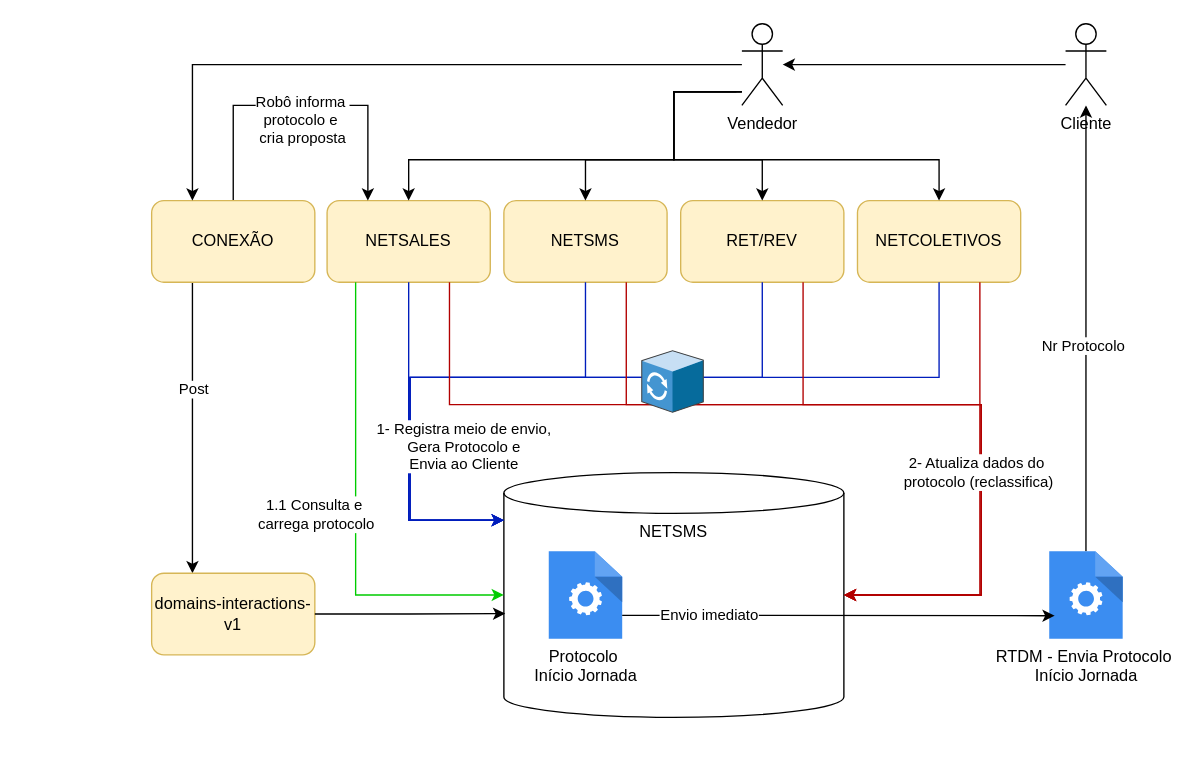
Earlier version of the draw.io diagram page "v4" (4 of 4) of 120276 /123559 - RGC765 (Atendimento) - Geração de Protocolo em Canais de Vendas.drawio (samirali/ClaroBrasil). Source tidied: cells renumbered, new cells numbered last; positions are measured from the earlier drawing's top-left corner, leaving out a move shared by most shapes. Both pictures are drawn from the tidied source at 136%, with x=0, y=0 at pixel (151, 23).
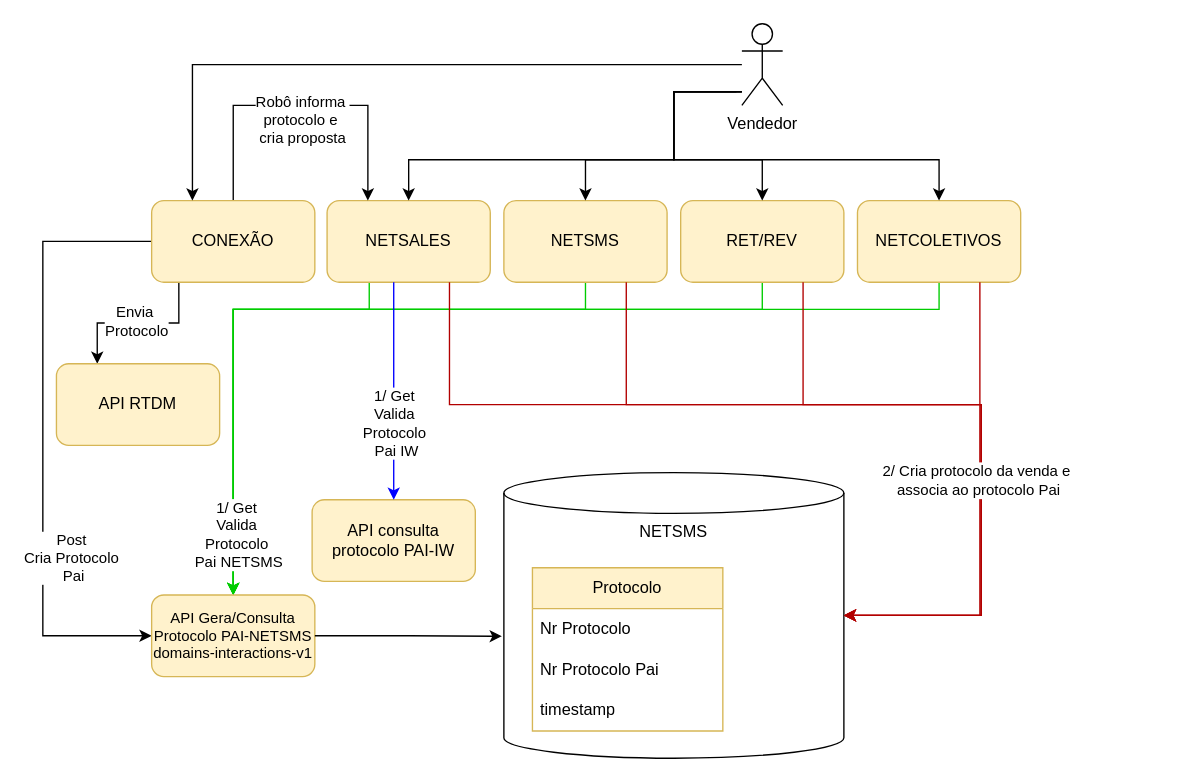
The same diagram, later.

The change refers to these unchanged cells:
```xml
<mxCell id="2" value="NETSALES" style="rounded=1;whiteSpace=wrap;html=1;fillColor=#fff2cc;strokeColor=#d6b656;" parent="1" vertex="1">
  <mxGeometry x="129" y="130" width="120" height="60" as="geometry" />
</mxCell>
<mxCell id="3" value="NETSMS" style="rounded=1;whiteSpace=wrap;html=1;fillColor=#fff2cc;strokeColor=#d6b656;" parent="1" vertex="1">
  <mxGeometry x="259" y="130" width="120" height="60" as="geometry" />
</mxCell>
<mxCell id="4" value="RET/REV" style="rounded=1;whiteSpace=wrap;html=1;fillColor=#fff2cc;strokeColor=#d6b656;" parent="1" vertex="1">
  <mxGeometry x="389" y="130" width="120" height="60" as="geometry" />
</mxCell>
<mxCell id="5" value="NETCOLETIVOS" style="rounded=1;whiteSpace=wrap;html=1;fillColor=#fff2cc;strokeColor=#d6b656;" parent="1" vertex="1">
  <mxGeometry x="519" y="130" width="120" height="60" as="geometry" />
</mxCell>
<mxCell id="10" value="Vendedor" style="shape=umlActor;html=1;verticalLabelPosition=bottom;verticalAlign=top;align=center;" parent="1" vertex="1">
  <mxGeometry x="434" width="30" height="60" as="geometry" />
</mxCell>
<mxCell id="19" style="edgeStyle=orthogonalEdgeStyle;rounded=0;jettySize=auto;html=1;entryX=1;entryY=0.5;entryDx=0;entryDy=0;entryPerimeter=0;exitX=0.75;exitY=1;exitDx=0;exitDy=0;fillColor=#e51400;strokeColor=#B20000;" parent="1" edge="1" source="5" target="11">
  <mxGeometry relative="1" as="geometry" />
</mxCell>
<mxCell id="25" value="CONEXÃO" style="rounded=1;whiteSpace=wrap;html=1;fillColor=#fff2cc;strokeColor=#d6b656;" parent="1" vertex="1">
  <mxGeometry y="130" width="120" height="60" as="geometry" />
</mxCell>
```

Change to the diagram source:
```diff
@@
+    <mxCell id="41" style="edgeStyle=orthogonalEdgeStyle;rounded=0;jettySize=auto;html=1;entryX=0.5;entryY=0;entryDx=0;entryDy=0;strokeColor=#00CC00;" parent="1" edge="1" source="2" target="27">
+      <mxGeometry relative="1" as="geometry">
+        <Array as="points">
+          <mxPoint x="160" y="210" />
+          <mxPoint x="60" y="210" />
+        </Array>
+      </mxGeometry>
+    </mxCell>
@@
+    <mxCell id="42" style="edgeStyle=orthogonalEdgeStyle;rounded=0;jettySize=auto;html=1;entryX=0.5;entryY=0;entryDx=0;entryDy=0;strokeColor=#00CC00;" parent="1" edge="1" source="3" target="27">
+      <mxGeometry relative="1" as="geometry">
+        <Array as="points">
+          <mxPoint x="319" y="210" />
+          <mxPoint x="60" y="210" />
+        </Array>
+      </mxGeometry>
+    </mxCell>
@@
+    <mxCell id="43" style="edgeStyle=orthogonalEdgeStyle;rounded=0;jettySize=auto;html=1;strokeColor=#00CC00;" parent="1" edge="1" source="4" target="27">
+      <mxGeometry relative="1" as="geometry">
+        <Array as="points">
+          <mxPoint x="449" y="210" />
+          <mxPoint x="60" y="210" />
+        </Array>
+      </mxGeometry>
+    </mxCell>
@@
+    <mxCell id="44" style="edgeStyle=orthogonalEdgeStyle;rounded=0;jettySize=auto;html=1;strokeColor=#00CC00;" parent="1" edge="1" source="5" target="27">
+      <mxGeometry relative="1" as="geometry">
+        <Array as="points">
+          <mxPoint x="579" y="210" />
+          <mxPoint x="60" y="210" />
+        </Array>
+      </mxGeometry>
+    </mxCell>
@@
     <mxCell id="11" value="NETSMS" style="shape=cylinder3;whiteSpace=wrap;html=1;boundedLbl=1;backgroundOutline=1;size=15;verticalAlign=top;" parent="1" vertex="1">
-      <mxGeometry x="259" y="330" width="250" height="180" as="geometry" />
+      <mxGeometry x="259" y="330" width="250" height="210" as="geometry" />
     </mxCell>
-    <mxCell id="12" style="edgeStyle=orthogonalEdgeStyle;rounded=0;jettySize=auto;html=1;entryX=0;entryY=0;entryDx=0;entryDy=35;entryPerimeter=0;fillColor=#0050ef;strokeColor=#001DBC;" parent="1" edge="1" source="2" target="11">
-      <mxGeometry relative="1" as="geometry">
-        <Array as="points">
-          <mxPoint x="189" y="365" />
-        </Array>
-      </mxGeometry>
-    </mxCell>
-    <mxCell id="13" style="edgeStyle=orthogonalEdgeStyle;rounded=0;jettySize=auto;html=1;entryX=0;entryY=0;entryDx=0;entryDy=35;entryPerimeter=0;fillColor=#0050ef;strokeColor=#001DBC;" parent="1" edge="1" source="3" target="11">
-      <mxGeometry relative="1" as="geometry">
-        <Array as="points">
-          <mxPoint x="319" y="260" />
-          <mxPoint x="190" y="260" />
-          <mxPoint x="190" y="365" />
-        </Array>
-      </mxGeometry>
-    </mxCell>
-    <mxCell id="14" style="edgeStyle=orthogonalEdgeStyle;rounded=0;jettySize=auto;html=1;entryX=0;entryY=0;entryDx=0;entryDy=35;entryPerimeter=0;fillColor=#0050ef;strokeColor=#001DBC;" parent="1" edge="1" source="4" target="11">
-      <mxGeometry relative="1" as="geometry">
-        <Array as="points">
-          <mxPoint x="449" y="260" />
-          <mxPoint x="190" y="260" />
-          <mxPoint x="190" y="365" />
-        </Array>
-      </mxGeometry>
-    </mxCell>
-    <mxCell id="15" style="edgeStyle=orthogonalEdgeStyle;rounded=0;jettySize=auto;html=1;entryX=0;entryY=0;entryDx=0;entryDy=35;entryPerimeter=0;fillColor=#0050ef;strokeColor=#001DBC;" parent="1" edge="1" source="5" target="11">
-      <mxGeometry relative="1" as="geometry">
-        <Array as="points">
-          <mxPoint x="579" y="260" />
-          <mxPoint x="190" y="260" />
-          <mxPoint x="190" y="365" />
-        </Array>
-      </mxGeometry>
-    </mxCell>
     <mxCell id="16" style="edgeStyle=orthogonalEdgeStyle;rounded=0;jettySize=auto;html=1;entryX=1;entryY=0.5;entryDx=0;entryDy=0;entryPerimeter=0;exitX=0.75;exitY=1;exitDx=0;exitDy=0;fillColor=#e51400;strokeColor=#B20000;" parent="1" edge="1" source="2" target="11">
       <mxGeometry relative="1" as="geometry">
         <Array as="points">
           <mxPoint x="219" y="280" />
           <mxPoint x="610" y="280" />
-          <mxPoint x="610" y="420" />
+          <mxPoint x="610" y="435" />
         </Array>
       </mxGeometry>
     </mxCell>
     <mxCell id="17" style="edgeStyle=orthogonalEdgeStyle;rounded=0;jettySize=auto;html=1;entryX=1;entryY=0.5;entryDx=0;entryDy=0;entryPerimeter=0;exitX=0.75;exitY=1;exitDx=0;exitDy=0;fillColor=#e51400;strokeColor=#B20000;" parent="1" edge="1" source="3" target="11">
       <mxGeometry relative="1" as="geometry">
         <Array as="points">
           <mxPoint x="349" y="280" />
           <mxPoint x="610" y="280" />
-          <mxPoint x="610" y="420" />
+          <mxPoint x="610" y="435" />
         </Array>
       </mxGeometry>
     </mxCell>
     <mxCell id="18" style="edgeStyle=orthogonalEdgeStyle;rounded=0;jettySize=auto;html=1;entryX=1;entryY=0.5;entryDx=0;entryDy=0;entryPerimeter=0;exitX=0.75;exitY=1;exitDx=0;exitDy=0;fillColor=#e51400;strokeColor=#B20000;" parent="1" edge="1" source="4" target="11">
       <mxGeometry relative="1" as="geometry">
         <Array as="points">
           <mxPoint x="479" y="280" />
           <mxPoint x="610" y="280" />
-          <mxPoint x="610" y="420" />
+          <mxPoint x="610" y="435" />
         </Array>
       </mxGeometry>
     </mxCell>
@@
-    <mxCell id="20" value="2- Atualiza dados do&amp;nbsp;&lt;div&gt;protocolo (reclassifica)&lt;/div&gt;" style="edgeLabel;html=1;align=center;verticalAlign=middle;" parent="19" vertex="1">
+    <mxCell id="20" value="2/ Cria protocolo da venda e&amp;nbsp;&lt;div&gt;associa ao protocolo Pai&lt;/div&gt;" style="edgeLabel;html=1;align=center;verticalAlign=middle;" parent="19" vertex="1">
       <mxGeometry x="-0.16" y="-2" relative="1" as="geometry" />
     </mxCell>
@@
-    <mxCell id="23" style="edgeStyle=orthogonalEdgeStyle;rounded=0;jettySize=auto;html=1;exitX=0.25;exitY=1;exitDx=0;exitDy=0;entryX=0.25;entryY=0;entryDx=0;entryDy=0;" parent="1" edge="1" source="25" target="27">
-      <mxGeometry relative="1" as="geometry" />
+    <mxCell id="23" style="edgeStyle=orthogonalEdgeStyle;rounded=0;jettySize=auto;html=1;exitX=0;exitY=0.5;exitDx=0;exitDy=0;entryX=0;entryY=0.5;entryDx=0;entryDy=0;" parent="1" edge="1" source="25" target="27">
+      <mxGeometry relative="1" as="geometry">
+        <Array as="points">
+          <mxPoint x="-80" y="160" />
+          <mxPoint x="-80" y="450" />
+        </Array>
+      </mxGeometry>
     </mxCell>
-    <mxCell id="24" value="Post" style="edgeLabel;html=1;align=center;verticalAlign=middle;" parent="23" vertex="1">
-      <mxGeometry x="-0.27" relative="1" as="geometry" />
+    <mxCell id="24" value="Post&lt;div&gt;Cria Protocolo&lt;/div&gt;&lt;div&gt;&amp;nbsp;Pai&lt;/div&gt;" style="edgeLabel;html=1;align=center;verticalAlign=middle;" parent="23" vertex="1">
+      <mxGeometry x="-0.27" relative="1" as="geometry">
+        <mxPoint x="20" y="148" as="offset" />
+      </mxGeometry>
     </mxCell>
+    <mxCell id="45" style="edgeStyle=orthogonalEdgeStyle;rounded=0;jettySize=auto;html=1;entryX=0.25;entryY=0;entryDx=0;entryDy=0;" parent="1" edge="1" source="25" target="54">
+      <mxGeometry relative="1" as="geometry">
+        <Array as="points">
+          <mxPoint x="20" y="220" />
+          <mxPoint x="-40" y="220" />
+        </Array>
+      </mxGeometry>
+    </mxCell>
+    <mxCell id="46" value="Envia&amp;nbsp;&lt;div&gt;Protocolo&lt;/div&gt;" style="edgeLabel;html=1;align=center;verticalAlign=middle;" parent="45" vertex="1">
+      <mxGeometry x="0.2" y="-2" relative="1" as="geometry">
+        <mxPoint x="10" as="offset" />
+      </mxGeometry>
+    </mxCell>
@@
-    <mxCell id="27" value="domains-interactions-v1" style="rounded=1;whiteSpace=wrap;html=1;fillColor=#fff2cc;strokeColor=#d6b656;" parent="1" vertex="1">
-      <mxGeometry y="404" width="120" height="60" as="geometry" />
+    <mxCell id="27" value="API Gera/Consulta Protocolo PAI-NETSMS&lt;div&gt;domains-interactions-v1&lt;/div&gt;" style="rounded=1;whiteSpace=wrap;html=1;fillColor=#fff2cc;strokeColor=#d6b656;fontSize=11;" parent="1" vertex="1">
+      <mxGeometry y="420" width="120" height="60" as="geometry" />
     </mxCell>
+    <mxCell id="47" value="Protocolo" style="swimlane;fontStyle=0;horizontal=1;startSize=30;whiteSpace=wrap;html=1;fillColor=#fff2cc;strokeColor=#d6b656;" parent="1" vertex="1">
+      <mxGeometry x="280" y="400" width="140" height="120" as="geometry" />
+    </mxCell>
+    <mxCell id="34" value="Nr Protocolo" style="text;strokeColor=none;fillColor=none;align=left;verticalAlign=middle;spacingLeft=4;spacingRight=4;overflow=hidden;whiteSpace=wrap;html=1;" parent="47" vertex="1">
+      <mxGeometry y="30" width="140" height="30" as="geometry" />
+    </mxCell>
+    <mxCell id="48" value="Nr Protocolo Pai" style="text;strokeColor=none;fillColor=none;align=left;verticalAlign=middle;spacingLeft=4;spacingRight=4;overflow=hidden;whiteSpace=wrap;html=1;" parent="47" vertex="1">
+      <mxGeometry y="60" width="140" height="30" as="geometry" />
+    </mxCell>
+    <mxCell id="49" value="timestamp" style="text;strokeColor=none;fillColor=none;align=left;verticalAlign=middle;spacingLeft=4;spacingRight=4;overflow=hidden;whiteSpace=wrap;html=1;" parent="47" vertex="1">
+      <mxGeometry y="90" width="140" height="30" as="geometry" />
+    </mxCell>
-    <mxCell id="28" style="edgeStyle=orthogonalEdgeStyle;rounded=0;jettySize=auto;html=1;entryX=0.004;entryY=0.576;entryDx=0;entryDy=0;entryPerimeter=0;" parent="1" edge="1" source="27" target="11">
+    <mxCell id="28" style="edgeStyle=orthogonalEdgeStyle;rounded=0;jettySize=auto;html=1;entryX=-0.006;entryY=0.573;entryDx=0;entryDy=0;entryPerimeter=0;" parent="1" edge="1" source="27" target="11">
       <mxGeometry relative="1" as="geometry" />
     </mxCell>
-    <mxCell id="29" value="1- Registra meio de envio,&amp;nbsp;&lt;div&gt;Gera Protocolo e&amp;nbsp;&lt;/div&gt;&lt;div&gt;Envia ao Cliente&lt;span style=&quot;background-color: light-dark(#ffffff, var(--ge-dark-color, #121212)); color: light-dark(rgb(0, 0, 0), rgb(255, 255, 255));&quot;&gt;&amp;nbsp;&lt;/span&gt;&lt;/div&gt;" style="edgeLabel;html=1;align=center;verticalAlign=middle;" parent="1" vertex="1">
-      <mxGeometry x="230" y="310" as="geometry" />
-    </mxCell>
-    <mxCell id="30" style="edgeStyle=orthogonalEdgeStyle;rounded=0;jettySize=auto;html=1;entryX=0;entryY=0.5;entryDx=0;entryDy=0;entryPerimeter=0;strokeColor=#00CC00;" parent="1" edge="1" source="2" target="11">
-      <mxGeometry relative="1" as="geometry">
-        <Array as="points">
-          <mxPoint x="150" y="420" />
-        </Array>
-      </mxGeometry>
-    </mxCell>
-    <mxCell id="31" value="1.1 Consulta e&amp;nbsp;&lt;div&gt;carrega protocolo&lt;/div&gt;" style="edgeLabel;html=1;align=center;verticalAlign=middle;" parent="30" vertex="1">
-      <mxGeometry x="-0.58" y="2" relative="1" as="geometry">
-        <mxPoint x="-32" y="99" as="offset" />
-      </mxGeometry>
-    </mxCell>
-    <mxCell id="32" value="Protocolo&amp;nbsp;&lt;div&gt;Início Jornada&lt;/div&gt;" style="sketch=0;html=1;strokeColor=none;shadow=0;fillColor=#3B8DF1;verticalAlign=top;labelPosition=center;verticalLabelPosition=bottom;shape=mxgraph.gcp2.process;" parent="1" vertex="1">
-      <mxGeometry x="292" y="387.9" width="54" height="64.3" as="geometry" />
-    </mxCell>
-    <mxCell id="33" style="edgeStyle=orthogonalEdgeStyle;rounded=0;jettySize=auto;html=1;" parent="1" edge="1" source="35" target="40">
-      <mxGeometry relative="1" as="geometry" />
-    </mxCell>
-    <mxCell id="34" value="Nr Protocolo" style="edgeLabel;html=1;align=center;verticalAlign=middle;" parent="33" vertex="1">
-      <mxGeometry x="-0.08" y="3" relative="1" as="geometry" />
-    </mxCell>
-    <mxCell id="35" value="RTDM - Envia Protocolo&amp;nbsp;&lt;div&gt;Início Jornada&lt;/div&gt;" style="sketch=0;html=1;strokeColor=none;shadow=0;fillColor=#3B8DF1;verticalAlign=top;labelPosition=center;verticalLabelPosition=bottom;shape=mxgraph.gcp2.process;" parent="1" vertex="1">
-      <mxGeometry x="660" y="387.9" width="54" height="64.3" as="geometry" />
-    </mxCell>
-    <mxCell id="36" style="edgeStyle=orthogonalEdgeStyle;rounded=0;jettySize=auto;html=1;entryX=0.074;entryY=0.736;entryDx=0;entryDy=0;entryPerimeter=0;" parent="1" edge="1" source="32" target="35">
-      <mxGeometry relative="1" as="geometry">
-        <Array as="points">
-          <mxPoint x="420" y="435" />
-          <mxPoint x="420" y="435" />
-        </Array>
-      </mxGeometry>
-    </mxCell>
-    <mxCell id="37" value="Envio imediato" style="edgeLabel;html=1;align=center;verticalAlign=middle;" parent="36" vertex="1">
-      <mxGeometry x="0.28" y="-1" relative="1" as="geometry">
-        <mxPoint x="-140" y="-2" as="offset" />
-      </mxGeometry>
-    </mxCell>
-    <mxCell id="38" style="shadow=0;dashed=0;html=1;labelPosition=center;verticalLabelPosition=bottom;verticalAlign=top;align=center;shape=mxgraph.veeam.3d.proxy;" parent="1" vertex="1">
-      <mxGeometry x="360" y="240" width="46" height="46" as="geometry" />
-    </mxCell>
-    <mxCell id="39" style="edgeStyle=orthogonalEdgeStyle;rounded=0;jettySize=auto;html=1;" parent="1" edge="1" source="40" target="10">
-      <mxGeometry relative="1" as="geometry" />
-    </mxCell>
-    <mxCell id="40" value="Cliente" style="shape=umlActor;html=1;verticalLabelPosition=bottom;verticalAlign=top;align=center;" parent="1" vertex="1">
-      <mxGeometry x="672" width="30" height="60" as="geometry" />
-    </mxCell>
+    <mxCell id="50" value="API consulta protocolo PAI-IW" style="rounded=1;whiteSpace=wrap;html=1;fillColor=#fff2cc;strokeColor=#d6b656;" parent="1" vertex="1">
+      <mxGeometry x="118" y="350" width="120" height="60" as="geometry" />
+    </mxCell>
+    <mxCell id="51" style="edgeStyle=orthogonalEdgeStyle;rounded=0;jettySize=auto;html=1;strokeColor=#0000FF;" parent="1" edge="1" source="2" target="50">
+      <mxGeometry relative="1" as="geometry">
+        <Array as="points">
+          <mxPoint x="178" y="230" />
+          <mxPoint x="178" y="230" />
+        </Array>
+      </mxGeometry>
+    </mxCell>
+    <mxCell id="52" value="1/ Get&amp;nbsp;&lt;div&gt;Valida&amp;nbsp;&lt;/div&gt;&lt;div&gt;Protocolo&amp;nbsp;&lt;/div&gt;&lt;div&gt;Pai IW&lt;/div&gt;" style="edgeLabel;html=1;align=center;verticalAlign=middle;" parent="51" vertex="1">
+      <mxGeometry x="0.29" y="1" relative="1" as="geometry" />
+    </mxCell>
+    <mxCell id="53" value="1/ Get&amp;nbsp;&lt;div&gt;Valida&amp;nbsp;&lt;/div&gt;&lt;div&gt;Protocolo&amp;nbsp;&lt;/div&gt;&lt;div&gt;Pai NETSMS&lt;/div&gt;" style="edgeLabel;html=1;align=center;verticalAlign=middle;" parent="1" vertex="1">
+      <mxGeometry x="150" y="400" as="geometry">
+        <mxPoint x="-87" y="-25" as="offset" />
+      </mxGeometry>
+    </mxCell>
+    <mxCell id="54" value="API RTDM" style="rounded=1;whiteSpace=wrap;html=1;fillColor=#fff2cc;strokeColor=#d6b656;" parent="1" vertex="1">
+      <mxGeometry x="-70" y="250" width="120" height="60" as="geometry" />
+    </mxCell>
```
